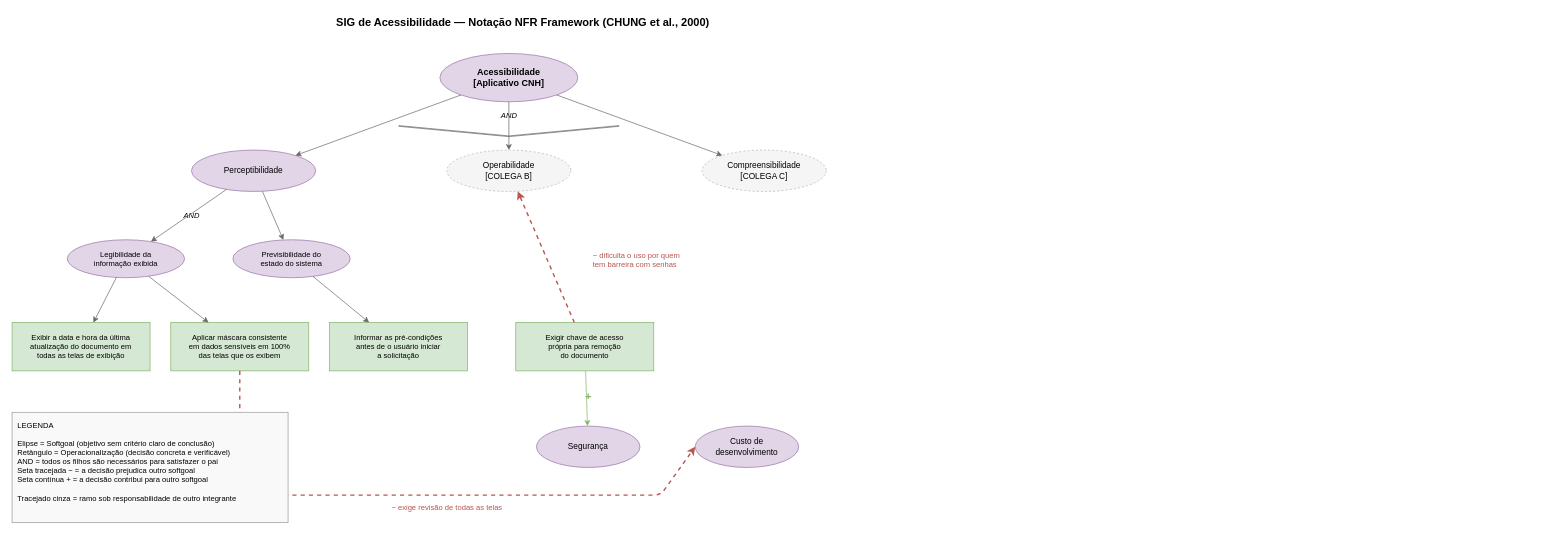
The draw.io diagram docs/Base/assets/sig-acessibilidade-sub03.drawio in UnBArqDsw2026-2-Turma02/2026.2-T02-_G6_ProjetoAplicativoMovel_Entrega01, before the edit. Source tidied: cells renumbered, new cells numbered last; positions are measured from the earlier drawing's top-left corner, leaving out a move shared by most shapes. Both pictures are drawn from the tidied source at 69%, with x=0, y=0 at pixel (12, 12).
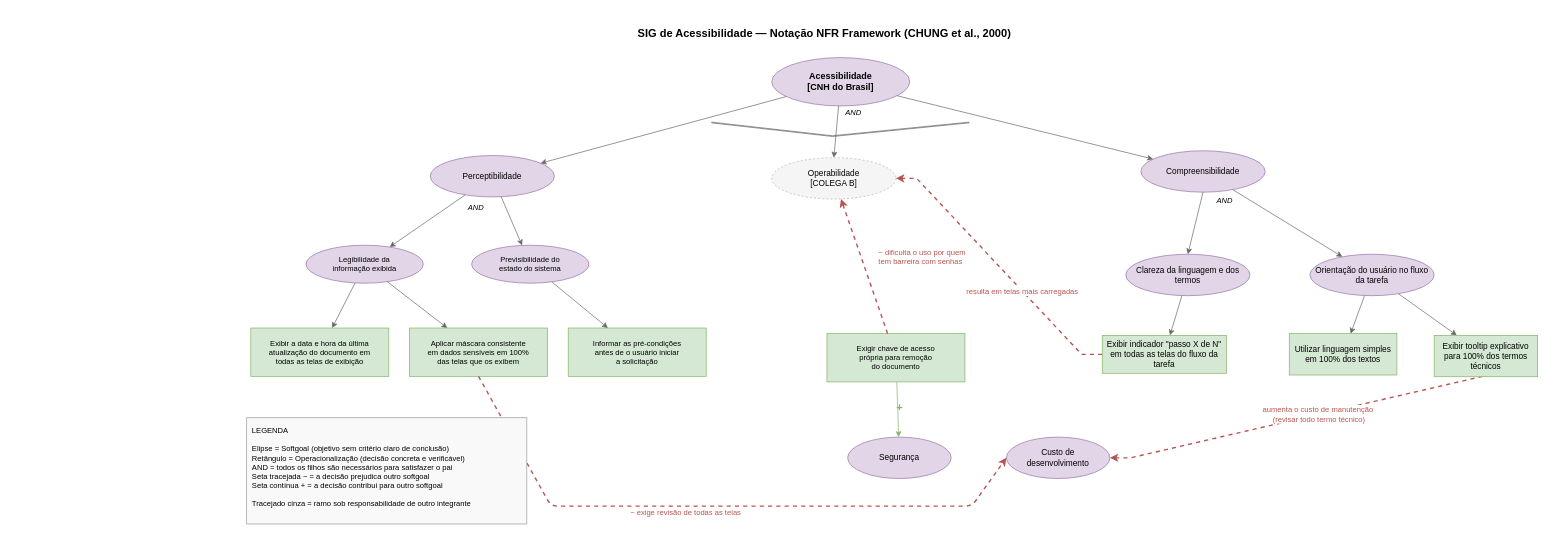
The same page after the edit.

Change to the diagram source:
```diff
@@
     <mxCell id="2" value="SIG de Acessibilidade — Notação NFR Framework (CHUNG et al., 2000)" style="text;html=1;align=center;verticalAlign=middle;fontSize=16;fontStyle=1;" parent="1" vertex="1">
-      <mxGeometry x="380" width="720" height="30" as="geometry" />
+      <mxGeometry x="831" y="16" width="692" height="30" as="geometry" />
     </mxCell>
-    <mxCell id="3" value="Acessibilidade&#10;[Aplicativo CNH]" style="ellipse;whiteSpace=wrap;html=1;fillColor=#e1d5e7;strokeColor=#9673a6;fontSize=13;fontStyle=1;" parent="1" vertex="1">
-      <mxGeometry x="620" y="60" width="200" height="70" as="geometry" />
+    <mxCell id="3" value="Acessibilidade&lt;br&gt;[CNH do Brasil]" style="ellipse;whiteSpace=wrap;html=1;fillColor=#e1d5e7;strokeColor=#9673a6;fontSize=13;fontStyle=1;" parent="1" vertex="1">
+      <mxGeometry x="1101" y="66" width="200" height="70" as="geometry" />
     </mxCell>
     <mxCell id="4" value="AND" style="text;html=1;align=center;verticalAlign=middle;fontSize=11;fontStyle=2;" parent="1" vertex="1">
-      <mxGeometry x="690" y="140" width="60" height="20" as="geometry" />
+      <mxGeometry x="1189" y="136" width="60" height="20" as="geometry" />
     </mxCell>
     <mxCell id="5" style="shape=flexArrow;endArrow=none;html=1;width=1;endWidth=1;endSize=0;strokeColor=#666666;curved=1;" parent="1" edge="1">
       <mxGeometry relative="1" as="geometry">
-        <mxPoint x="560" y="165" as="sourcePoint" />
-        <mxPoint x="880" y="165" as="targetPoint" />
+        <mxPoint x="1013.4" y="160" as="sourcePoint" />
+        <mxPoint x="1387.5" y="160" as="targetPoint" />
         <Array as="points">
-          <mxPoint x="720" y="180" />
+          <mxPoint x="1189" y="179.8" />
         </Array>
       </mxGeometry>
     </mxCell>
     <mxCell id="6" value="Perceptibilidade" style="ellipse;whiteSpace=wrap;html=1;fillColor=#e1d5e7;strokeColor=#9673a6;fontSize=12;" parent="1" vertex="1">
-      <mxGeometry x="260" y="200" width="180" height="60" as="geometry" />
+      <mxGeometry x="606" y="207.9" width="180" height="60" as="geometry" />
     </mxCell>
     <mxCell id="7" value="Operabilidade&#10;[COLEGA B]" style="ellipse;whiteSpace=wrap;html=1;fillColor=#f5f5f5;strokeColor=#b3b3b3;fontSize=12;dashed=1;" parent="1" vertex="1">
-      <mxGeometry x="630" y="200" width="180" height="60" as="geometry" />
+      <mxGeometry x="1101" y="211" width="180" height="60" as="geometry" />
     </mxCell>
+    <mxCell id="33" style="rounded=0;jettySize=auto;html=1;exitX=0.5;exitY=1;exitDx=0;exitDy=0;entryX=0.5;entryY=0;entryDx=0;entryDy=0;fillColor=#f5f5f5;strokeColor=#666666;" parent="1" edge="1" source="8" target="36">
+      <mxGeometry relative="1" as="geometry" />
+    </mxCell>
+    <mxCell id="34" style="rounded=0;jettySize=auto;html=1;fillColor=#f5f5f5;strokeColor=#666666;" parent="1" edge="1" source="8" target="40">
+      <mxGeometry relative="1" as="geometry" />
+    </mxCell>
-    <mxCell id="8" value="Compreensibilidade&#10;[COLEGA C]" style="ellipse;whiteSpace=wrap;html=1;fillColor=#f5f5f5;strokeColor=#b3b3b3;fontSize=12;dashed=1;" parent="1" vertex="1">
-      <mxGeometry x="1000" y="200" width="180" height="60" as="geometry" />
+    <mxCell id="8" value="Compreensibilidade" style="ellipse;whiteSpace=wrap;html=1;fillColor=#e1d5e7;strokeColor=#9673a6;fontSize=12;" parent="1" vertex="1">
+      <mxGeometry x="1636" y="201" width="180" height="60" as="geometry" />
     </mxCell>
@@
-    <mxCell id="10" style="endArrow=classic;html=1;strokeColor=#666666;" parent="1" edge="1" source="3" target="7">
+    <mxCell id="10" style="endArrow=classic;html=1;strokeColor=#666666;entryX=0.5;entryY=0;entryDx=0;entryDy=0;" parent="1" edge="1" source="3" target="7">
       <mxGeometry relative="1" as="geometry" />
     </mxCell>
@@
     <mxCell id="12" value="Legibilidade da&#10;informação exibida" style="ellipse;whiteSpace=wrap;html=1;fillColor=#e1d5e7;strokeColor=#9673a6;fontSize=11;" parent="1" vertex="1">
-      <mxGeometry x="80" y="330" width="170" height="55" as="geometry" />
+      <mxGeometry x="426" y="337.9" width="170" height="55" as="geometry" />
     </mxCell>
     <mxCell id="13" value="Previsibilidade do&#10;estado do sistema" style="ellipse;whiteSpace=wrap;html=1;fillColor=#e1d5e7;strokeColor=#9673a6;fontSize=11;" parent="1" vertex="1">
-      <mxGeometry x="320" y="330" width="170" height="55" as="geometry" />
+      <mxGeometry x="666" y="337.9" width="170" height="55" as="geometry" />
     </mxCell>
     <mxCell id="14" value="AND" style="text;html=1;align=center;verticalAlign=middle;fontSize=11;fontStyle=2;" parent="1" vertex="1">
-      <mxGeometry x="230" y="285" width="60" height="20" as="geometry" />
+      <mxGeometry x="642" y="273.9" width="60" height="20" as="geometry" />
     </mxCell>
@@
     <mxCell id="17" value="Exibir a data e hora da última&#10;atualização do documento em&#10;todas as telas de exibição" style="rounded=0;whiteSpace=wrap;html=1;fillColor=#d5e8d4;strokeColor=#82b366;fontSize=11;" parent="1" vertex="1">
-      <mxGeometry y="450" width="200" height="70" as="geometry" />
+      <mxGeometry x="346" y="457.9" width="200" height="70" as="geometry" />
     </mxCell>
     <mxCell id="18" value="Aplicar máscara consistente&#10;em dados sensíveis em 100%&#10;das telas que os exibem" style="rounded=0;whiteSpace=wrap;html=1;fillColor=#d5e8d4;strokeColor=#82b366;fontSize=11;" parent="1" vertex="1">
-      <mxGeometry x="230" y="450" width="200" height="70" as="geometry" />
+      <mxGeometry x="576" y="457.9" width="200" height="70" as="geometry" />
     </mxCell>
     <mxCell id="19" value="Informar as pré-condições&#10;antes de o usuário iniciar&#10;a solicitação" style="rounded=0;whiteSpace=wrap;html=1;fillColor=#d5e8d4;strokeColor=#82b366;fontSize=11;" parent="1" vertex="1">
-      <mxGeometry x="460" y="450" width="200" height="70" as="geometry" />
+      <mxGeometry x="806" y="457.9" width="200" height="70" as="geometry" />
     </mxCell>
@@
     <mxCell id="23" value="Segurança" style="ellipse;whiteSpace=wrap;html=1;fillColor=#e1d5e7;strokeColor=#9673a6;fontSize=12;" parent="1" vertex="1">
-      <mxGeometry x="760" y="600" width="150" height="60" as="geometry" />
+      <mxGeometry x="1211" y="616" width="150" height="60" as="geometry" />
     </mxCell>
     <mxCell id="24" value="Custo de&#10;desenvolvimento" style="ellipse;whiteSpace=wrap;html=1;fillColor=#e1d5e7;strokeColor=#9673a6;fontSize=12;" parent="1" vertex="1">
-      <mxGeometry x="990" y="600" width="150" height="60" as="geometry" />
+      <mxGeometry x="1441" y="616" width="150" height="60" as="geometry" />
     </mxCell>
     <mxCell id="25" value="Exigir chave de acesso&#10;própria para remoção&#10;do documento" style="rounded=0;whiteSpace=wrap;html=1;fillColor=#d5e8d4;strokeColor=#82b366;fontSize=11;" parent="1" vertex="1">
-      <mxGeometry x="730" y="450" width="200" height="70" as="geometry" />
+      <mxGeometry x="1181" y="466" width="200" height="70" as="geometry" />
     </mxCell>
@@
     <mxCell id="27" value="+" style="text;html=1;align=center;fontSize=16;fontStyle=1;fontColor=#82b366;" parent="1" vertex="1">
-      <mxGeometry x="820" y="540" width="30" height="30" as="geometry" />
+      <mxGeometry x="1271" y="556" width="30" height="30" as="geometry" />
     </mxCell>
@@
     <mxCell id="29" value="−  dificulta o uso por quem&#10;tem barreira com senhas" style="text;html=1;align=left;fontSize=11;fontColor=#b85450;" parent="1" vertex="1">
-      <mxGeometry x="840" y="340" width="230" height="40" as="geometry" />
+      <mxGeometry x="1254" y="336" width="146" height="40" as="geometry" />
     </mxCell>
     <mxCell id="30" style="endArrow=classic;html=1;dashed=1;strokeColor=#b85450;strokeWidth=2;exitX=0.5;exitY=1;entryX=0;entryY=0.5;" parent="1" edge="1" source="18" target="24">
       <mxGeometry relative="1" as="geometry">
         <Array as="points">
-          <mxPoint x="330" y="700" />
-          <mxPoint x="940" y="700" />
+          <mxPoint x="781" y="716" />
+          <mxPoint x="1391" y="716" />
         </Array>
       </mxGeometry>
     </mxCell>
     <mxCell id="31" value="−  exige revisão de todas as telas" style="text;html=1;align=center;fontSize=11;fontColor=#b85450;" parent="1" vertex="1">
-      <mxGeometry x="500" y="705" width="260" height="20" as="geometry" />
+      <mxGeometry x="846" y="712.9" width="260" height="20" as="geometry" />
     </mxCell>
     <mxCell id="32" value="LEGENDA&#10;&#10;Elipse = Softgoal (objetivo sem critério claro de conclusão)&#10;Retângulo = Operacionalização (decisão concreta e verificável)&#10;AND = todos os filhos são necessários para satisfazer o pai&#10;Seta tracejada − = a decisão prejudica outro softgoal&#10;Seta contínua + = a decisão contribui para outro softgoal&#10;&#10;Tracejado cinza = ramo sob responsabilidade de outro integrante" style="rounded=0;whiteSpace=wrap;html=1;fillColor=#f9f9f9;strokeColor=#999999;align=left;verticalAlign=top;fontSize=11;spacing=8;" parent="1" vertex="1">
-      <mxGeometry y="580" width="400" height="160" as="geometry" />
+      <mxGeometry x="340" y="587.9" width="406" height="154" as="geometry" />
     </mxCell>
+    <mxCell id="35" style="rounded=0;jettySize=auto;html=1;fillColor=#f5f5f5;strokeColor=#666666;" parent="1" edge="1" source="36" target="47">
+      <mxGeometry relative="1" as="geometry" />
+    </mxCell>
+    <mxCell id="36" value="Clareza da linguagem e dos termos" style="ellipse;whiteSpace=wrap;html=1;fillColor=#e1d5e7;strokeColor=#9673a6;fontSize=12;" parent="1" vertex="1">
+      <mxGeometry x="1614" y="351" width="180" height="60" as="geometry" />
+    </mxCell>
+    <mxCell id="37" value="AND" style="text;html=1;align=center;verticalAlign=middle;fontSize=11;fontStyle=2;" parent="1" vertex="1">
+      <mxGeometry x="1727" y="263" width="60" height="20" as="geometry" />
+    </mxCell>
+    <mxCell id="38" style="rounded=0;jettySize=auto;html=1;fillColor=#f5f5f5;strokeColor=#666666;" parent="1" edge="1" source="40" target="41">
+      <mxGeometry relative="1" as="geometry" />
+    </mxCell>
+    <mxCell id="39" style="rounded=0;jettySize=auto;html=1;fillColor=#f5f5f5;strokeColor=#666666;" parent="1" edge="1" source="40" target="44">
+      <mxGeometry relative="1" as="geometry" />
+    </mxCell>
+    <mxCell id="40" value="Orientação do usuário no fluxo da tarefa" style="ellipse;whiteSpace=wrap;html=1;fillColor=#e1d5e7;strokeColor=#9673a6;fontSize=12;" parent="1" vertex="1">
+      <mxGeometry x="1881" y="351" width="180" height="60" as="geometry" />
+    </mxCell>
+    <mxCell id="41" value="Utilizar linguagem simples em 100% dos textos" style="whiteSpace=wrap;html=1;fillColor=#d5e8d4;strokeColor=#82b366;" parent="1" vertex="1">
+      <mxGeometry x="1851" y="466" width="156" height="60" as="geometry" />
+    </mxCell>
+    <mxCell id="42" style="edgeStyle=entityRelationEdgeStyle;rounded=0;jettySize=auto;html=1;fillColor=#f8cecc;strokeColor=#b85450;dashed=1;strokeWidth=2;entryX=1;entryY=0.5;entryDx=0;entryDy=0;exitX=0.706;exitY=0.969;exitDx=0;exitDy=0;exitPerimeter=0;" parent="1" edge="1" source="44" target="24">
+      <mxGeometry relative="1" as="geometry" />
+    </mxCell>
+    <mxCell id="43" value="aumenta o custo de manutenção&amp;nbsp;&lt;div&gt;(revisar todo termo técnico)&lt;/div&gt;" style="edgeLabel;html=1;align=center;verticalAlign=middle;fontColor=light-dark(#b85450, #ededed);" parent="42" vertex="1">
+      <mxGeometry x="-0.03" y="-2" relative="1" as="geometry">
+        <mxPoint x="6" as="offset" />
+      </mxGeometry>
+    </mxCell>
+    <mxCell id="44" value="Exibir tooltip explicativo para 100% dos termos técnicos" style="whiteSpace=wrap;html=1;fillColor=#d5e8d4;strokeColor=#82b366;" parent="1" vertex="1">
+      <mxGeometry x="2061" y="468.5" width="150" height="60" as="geometry" />
+    </mxCell>
+    <mxCell id="45" style="edgeStyle=entityRelationEdgeStyle;rounded=0;jettySize=auto;html=1;fillColor=#f8cecc;strokeColor=#b85450;dashed=1;strokeWidth=2;" parent="1" edge="1" source="47" target="7">
+      <mxGeometry relative="1" as="geometry" />
+    </mxCell>
+    <mxCell id="46" value="resulta em telas mais carregadas" style="edgeLabel;html=1;align=center;verticalAlign=middle;fontColor=light-dark(#b85450, #ededed);" parent="45" vertex="1">
+      <mxGeometry x="-0.24" relative="1" as="geometry" />
+    </mxCell>
+    <mxCell id="47" value="Exibir indicador &quot;passo X de N&quot; em todas as telas do fluxo da tarefa" style="whiteSpace=wrap;html=1;fillColor=#d5e8d4;strokeColor=#82b366;" parent="1" vertex="1">
+      <mxGeometry x="1580" y="468.5" width="180" height="55" as="geometry" />
+    </mxCell>
```
